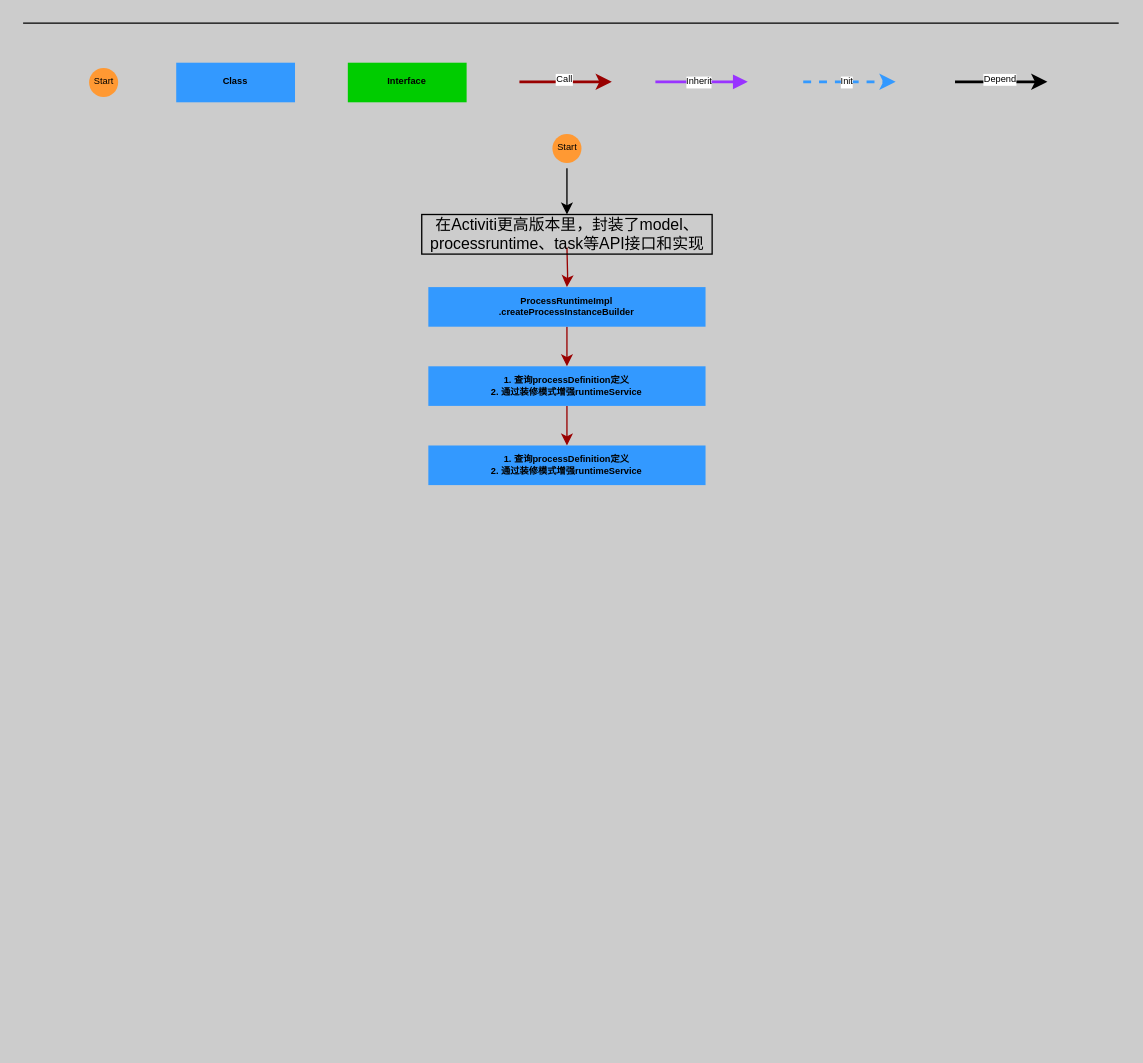
This is page "流程执行" (2 of 2) of reader/Untitled Diagram.drawio from Y-lenny/Activiti, a draw.io file, before an edit. Source tidied: cells renumbered, new cells numbered last; positions are measured from the earlier drawing's top-left corner, leaving out a move shared by most shapes. Both pictures are drawn from the tidied source at 132%, with x=0, y=0 at pixel (22, 22).
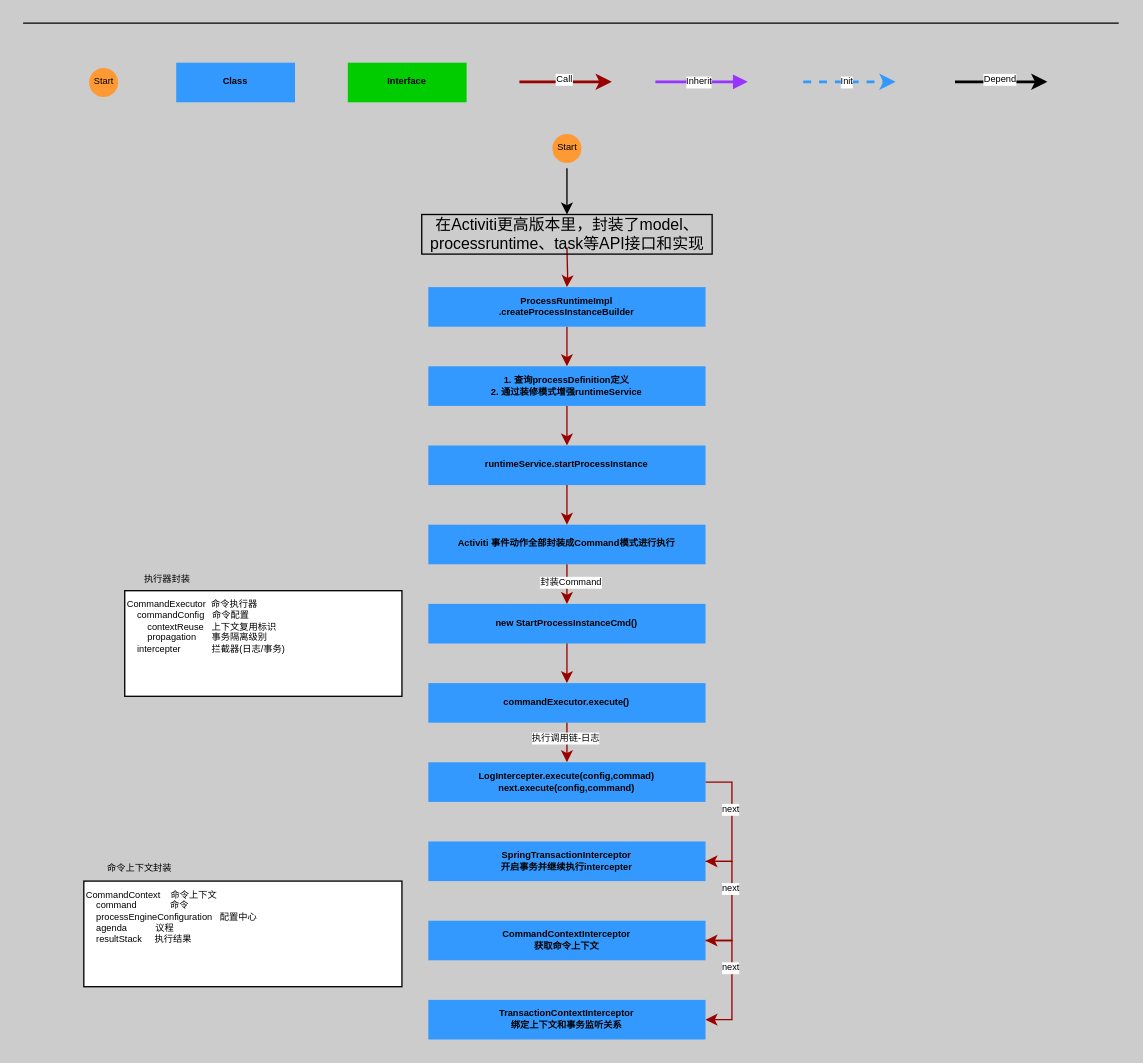
After the change.

Diff of the diagram source:
```diff
@@
-    <mxCell id="22" value="1. 查询processDefinition定义&#10;2. 通过装修模式增强runtimeService" style="whiteSpace=wrap;align=center;verticalAlign=middle;fontStyle=1;strokeWidth=3;fillColor=#3399FF;strokeColor=none;fontSize=7;" parent="1" vertex="1">
+    <mxCell id="22" value="runtimeService.startProcessInstance" style="whiteSpace=wrap;align=center;verticalAlign=middle;fontStyle=1;strokeWidth=3;fillColor=#3399FF;strokeColor=none;fontSize=7;" parent="1" vertex="1">
       <mxGeometry x="307" y="320" width="210" height="30" as="geometry" />
     </mxCell>
+    <mxCell id="23" value="Activiti 事件动作全部封装成Command模式进行执行" style="whiteSpace=wrap;align=center;verticalAlign=middle;fontStyle=1;strokeWidth=3;fillColor=#3399FF;strokeColor=none;fontSize=7;" parent="1" vertex="1">
+      <mxGeometry x="307" y="380" width="210" height="30" as="geometry" />
+    </mxCell>
+    <mxCell id="24" style="edgeStyle=orthogonalEdgeStyle;rounded=0;orthogonalLoop=1;jettySize=auto;html=1;fontSize=7;fontColor=#000000;strokeColor=#990000;" parent="1" edge="1">
+      <mxGeometry relative="1" as="geometry">
+        <mxPoint x="412" y="350" as="sourcePoint" />
+        <mxPoint x="412" y="380" as="targetPoint" />
+      </mxGeometry>
+    </mxCell>
+    <mxCell id="25" value="new StartProcessInstanceCmd()" style="whiteSpace=wrap;align=center;verticalAlign=middle;fontStyle=1;strokeWidth=3;fillColor=#3399FF;strokeColor=none;fontSize=7;" parent="1" vertex="1">
+      <mxGeometry x="307" y="440" width="210" height="30" as="geometry" />
+    </mxCell>
+    <mxCell id="26" style="edgeStyle=orthogonalEdgeStyle;rounded=0;orthogonalLoop=1;jettySize=auto;html=1;fontSize=7;fontColor=#000000;strokeColor=#990000;" parent="1" edge="1">
+      <mxGeometry relative="1" as="geometry">
+        <mxPoint x="412" y="410" as="sourcePoint" />
+        <mxPoint x="412" y="440" as="targetPoint" />
+      </mxGeometry>
+    </mxCell>
+    <mxCell id="27" value="封装Command" style="edgeLabel;html=1;align=center;verticalAlign=middle;fontSize=7;" parent="26" vertex="1">
+      <mxGeometry x="-0.13" y="2" relative="1" as="geometry" />
+    </mxCell>
+    <mxCell id="28" value="commandExecutor.execute()" style="whiteSpace=wrap;align=center;verticalAlign=middle;fontStyle=1;strokeWidth=3;fillColor=#3399FF;strokeColor=none;fontSize=7;" parent="1" vertex="1">
+      <mxGeometry x="307" y="500" width="210" height="30" as="geometry" />
+    </mxCell>
+    <mxCell id="29" style="edgeStyle=orthogonalEdgeStyle;rounded=0;orthogonalLoop=1;jettySize=auto;html=1;fontSize=7;fontColor=#000000;strokeColor=#990000;" parent="1" edge="1">
+      <mxGeometry relative="1" as="geometry">
+        <mxPoint x="412" y="470" as="sourcePoint" />
+        <mxPoint x="412" y="500" as="targetPoint" />
+      </mxGeometry>
+    </mxCell>
+    <mxCell id="30" value="CommandExecutor&amp;nbsp; 命令执行器&lt;br&gt;&amp;nbsp; &amp;nbsp; commandConfig&amp;nbsp; &amp;nbsp;命令配置&lt;br&gt;&amp;nbsp; &amp;nbsp; &amp;nbsp; &amp;nbsp; contextReuse&amp;nbsp; &amp;nbsp;上下文复用标识&lt;br&gt;&amp;nbsp; &amp;nbsp; &amp;nbsp; &amp;nbsp; propagation&amp;nbsp; &amp;nbsp; &amp;nbsp; 事务隔离级别&lt;br&gt;&amp;nbsp; &amp;nbsp; intercepter&amp;nbsp; &amp;nbsp; &amp;nbsp; &amp;nbsp; &amp;nbsp; &amp;nbsp; 拦截器(日志/事务)" style="text;html=1;align=left;verticalAlign=top;whiteSpace=wrap;rounded=0;fontSize=7;strokeColor=#000000;fillColor=#ffffff;" parent="1" vertex="1">
+      <mxGeometry x="77" y="430" width="210" height="80" as="geometry" />
+    </mxCell>
+    <mxCell id="31" value="执行器封装" style="text;html=1;align=center;verticalAlign=middle;fontSize=7;" parent="1" vertex="1">
+      <mxGeometry x="69" y="417" width="80" height="10" as="geometry" />
+    </mxCell>
+    <mxCell id="32" style="edgeStyle=orthogonalEdgeStyle;rounded=0;jettySize=auto;html=1;entryX=1;entryY=0.5;entryDx=0;entryDy=0;fontSize=7;exitX=1;exitY=0.5;exitDx=0;exitDy=0;strokeColor=#990000;" parent="1" edge="1" source="34" target="37">
+      <mxGeometry relative="1" as="geometry">
+        <Array as="points">
+          <mxPoint x="537" y="575" />
+          <mxPoint x="537" y="635" />
+        </Array>
+      </mxGeometry>
+    </mxCell>
+    <mxCell id="33" value="next" style="edgeLabel;html=1;align=center;verticalAlign=middle;fontSize=7;" parent="32" vertex="1">
+      <mxGeometry x="-0.2" y="-2" relative="1" as="geometry" />
+    </mxCell>
+    <mxCell id="34" value="LogIntercepter.execute(config,commad)&#10;next.execute(config,command)" style="whiteSpace=wrap;align=center;verticalAlign=middle;fontStyle=1;strokeWidth=3;fillColor=#3399FF;strokeColor=none;fontSize=7;" parent="1" vertex="1">
+      <mxGeometry x="307" y="560" width="210" height="30" as="geometry" />
+    </mxCell>
+    <mxCell id="35" style="edgeStyle=orthogonalEdgeStyle;rounded=0;orthogonalLoop=1;jettySize=auto;html=1;fontSize=7;fontColor=#000000;strokeColor=#990000;" parent="1" edge="1">
+      <mxGeometry relative="1" as="geometry">
+        <mxPoint x="412" y="530" as="sourcePoint" />
+        <mxPoint x="412" y="560" as="targetPoint" />
+      </mxGeometry>
+    </mxCell>
+    <mxCell id="36" value="执行调用链-日志" style="edgeLabel;html=1;align=center;verticalAlign=middle;fontSize=7;" parent="35" vertex="1">
+      <mxGeometry x="-0.27" y="-2" relative="1" as="geometry" />
+    </mxCell>
+    <mxCell id="37" value="SpringTransactionInterceptor&#10;开启事务并继续执行intercepter" style="whiteSpace=wrap;align=center;verticalAlign=middle;fontStyle=1;strokeWidth=3;fillColor=#3399FF;strokeColor=none;fontSize=7;" parent="1" vertex="1">
+      <mxGeometry x="307" y="620" width="210" height="30" as="geometry" />
+    </mxCell>
+    <mxCell id="38" style="edgeStyle=orthogonalEdgeStyle;rounded=0;jettySize=auto;html=1;entryX=1;entryY=0.5;entryDx=0;entryDy=0;fontSize=7;exitX=1;exitY=0.5;exitDx=0;exitDy=0;strokeColor=#990000;" parent="1" edge="1" target="40">
+      <mxGeometry relative="1" as="geometry">
+        <mxPoint x="517" y="635" as="sourcePoint" />
+        <Array as="points">
+          <mxPoint x="537" y="635" />
+          <mxPoint x="537" y="695" />
+        </Array>
+      </mxGeometry>
+    </mxCell>
+    <mxCell id="39" value="next" style="edgeLabel;html=1;align=center;verticalAlign=middle;fontSize=7;" parent="38" vertex="1">
+      <mxGeometry x="-0.2" y="-2" relative="1" as="geometry" />
+    </mxCell>
+    <mxCell id="40" value="CommandContextInterceptor&#10;获取命令上下文" style="whiteSpace=wrap;align=center;verticalAlign=middle;fontStyle=1;strokeWidth=3;fillColor=#3399FF;strokeColor=none;fontSize=7;" parent="1" vertex="1">
+      <mxGeometry x="307" y="680" width="210" height="30" as="geometry" />
+    </mxCell>
+    <mxCell id="41" value="&lt;font style=&quot;background-color: rgb(255 , 255 , 255) ; font-size: 7px&quot;&gt;CommandContext&amp;nbsp; &amp;nbsp; 命令上下文&lt;br style=&quot;font-size: 7px&quot;&gt;&amp;nbsp; &amp;nbsp;&amp;nbsp;&lt;span style=&quot;font-family: &amp;#34;fira code medium&amp;#34; ; font-size: 7px&quot;&gt;command&lt;/span&gt;&amp;nbsp; &amp;nbsp; &amp;nbsp; &amp;nbsp; &amp;nbsp; &amp;nbsp; &amp;nbsp;命令&lt;br style=&quot;font-size: 7px&quot;&gt;&amp;nbsp; &amp;nbsp; &lt;span style=&quot;font-family: &amp;#34;fira code medium&amp;#34; ; font-size: 7px&quot;&gt;processEngineConfiguration&lt;/span&gt;&amp;nbsp; &amp;nbsp;配置中心&lt;br style=&quot;font-size: 7px&quot;&gt;&amp;nbsp; &amp;nbsp;&amp;nbsp;&lt;/font&gt;&lt;span style=&quot;font-family: &amp;#34;fira code medium&amp;#34; ; font-size: 7px&quot;&gt;&lt;font style=&quot;font-size: 7px&quot;&gt;&lt;span style=&quot;background-color: rgb(255 , 255 , 255) ; font-size: 7px&quot;&gt;agenda&amp;nbsp; &amp;nbsp; &amp;nbsp; &amp;nbsp; &amp;nbsp; &amp;nbsp;议程&lt;/span&gt;&lt;br style=&quot;font-size: 7px&quot;&gt;&lt;span style=&quot;background-color: rgb(255 , 255 , 255) ; font-size: 7px&quot;&gt;&amp;nbsp; &amp;nbsp; resultStack&amp;nbsp; &amp;nbsp; &amp;nbsp;执行结果&lt;/span&gt;&lt;/font&gt;&lt;br&gt;&lt;/span&gt;" style="text;html=1;align=left;verticalAlign=top;whiteSpace=wrap;rounded=0;fontSize=7;fillColor=#ffffff;strokeColor=#000000;" parent="1" vertex="1">
+      <mxGeometry x="46" y="650" width="241" height="80" as="geometry" />
+    </mxCell>
+    <mxCell id="42" value="&lt;font color=&quot;#000000&quot;&gt;命令上下文封装&lt;/font&gt;" style="text;html=1;align=center;verticalAlign=middle;fontSize=7;fontColor=#FFFFFF;" parent="1" vertex="1">
+      <mxGeometry x="38" y="636" width="100" height="10" as="geometry" />
+    </mxCell>
+    <mxCell id="43" style="edgeStyle=orthogonalEdgeStyle;rounded=0;jettySize=auto;html=1;entryX=1;entryY=0.5;entryDx=0;entryDy=0;fontSize=7;exitX=1;exitY=0.5;exitDx=0;exitDy=0;strokeColor=#990000;" parent="1" edge="1" target="45">
+      <mxGeometry relative="1" as="geometry">
+        <mxPoint x="517" y="695" as="sourcePoint" />
+        <Array as="points">
+          <mxPoint x="537" y="695" />
+          <mxPoint x="537" y="755" />
+        </Array>
+      </mxGeometry>
+    </mxCell>
+    <mxCell id="44" value="next" style="edgeLabel;html=1;align=center;verticalAlign=middle;fontSize=7;" parent="43" vertex="1">
+      <mxGeometry x="-0.2" y="-2" relative="1" as="geometry" />
+    </mxCell>
+    <mxCell id="45" value="TransactionContextInterceptor&#10;绑定上下文和事务监听关系" style="whiteSpace=wrap;align=center;verticalAlign=middle;fontStyle=1;strokeWidth=3;fillColor=#3399FF;strokeColor=none;fontSize=7;" parent="1" vertex="1">
+      <mxGeometry x="307" y="740" width="210" height="30" as="geometry" />
+    </mxCell>
```
